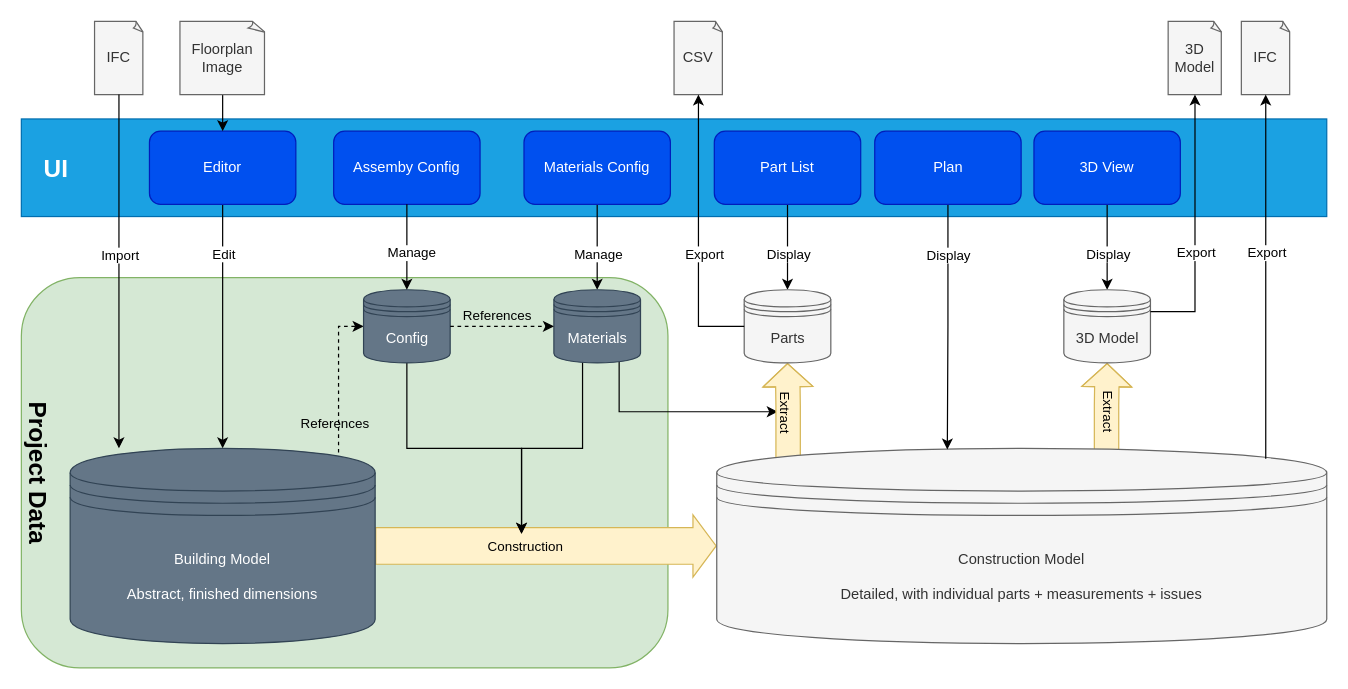
This is docs/high-level-architecture.drawio from wheerd/strawbaler-online, a draw.io file, before an edit. Source tidied: cells renumbered, new cells numbered last; positions are measured from the earlier drawing's top-left corner, leaving out a move shared by most shapes. Both pictures are drawn from the tidied source at 122%, with x=0, y=0 at pixel (21, 21).
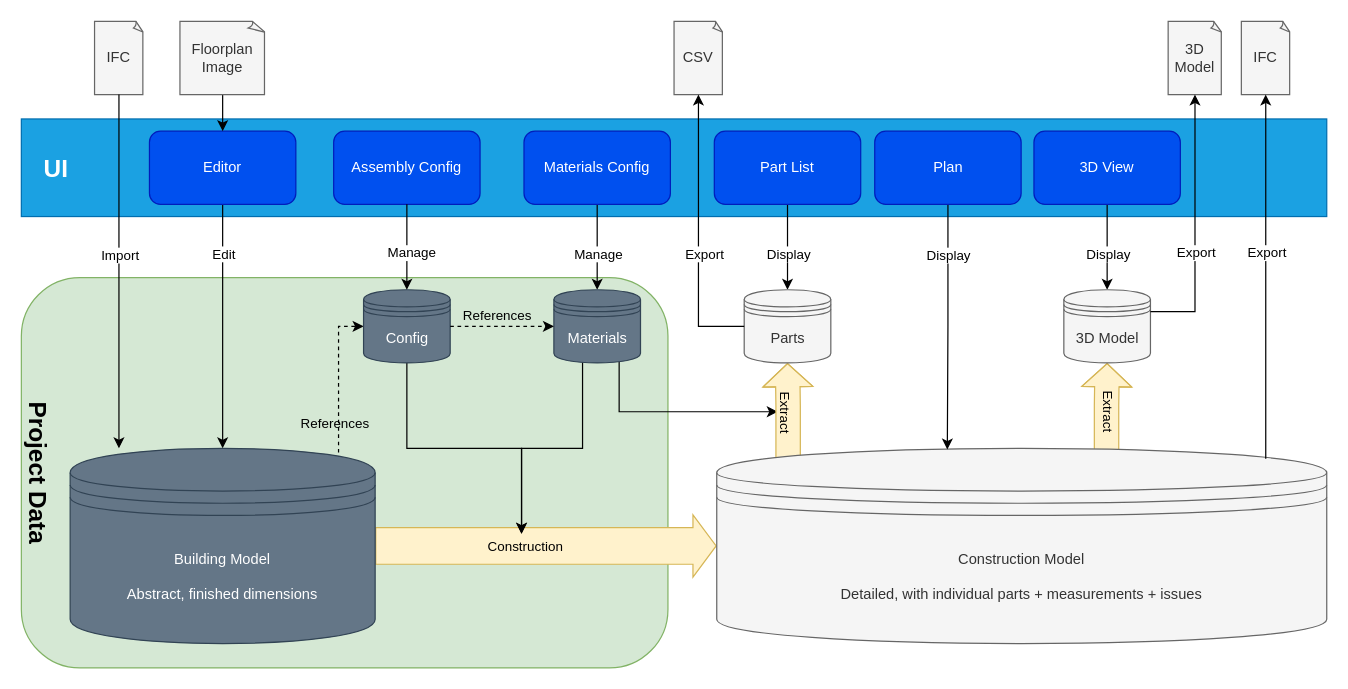
Above is the later version.

The edit, as a diff of the source:
```diff
@@
-    <mxCell id="12" value="Assemby Config" style="rounded=1;whiteSpace=wrap;html=1;fillColor=#0050ef;fontColor=#ffffff;strokeColor=#001DBC;" parent="1" vertex="1">
+    <mxCell id="12" value="Assembly Config" style="rounded=1;whiteSpace=wrap;html=1;fillColor=#0050ef;fontColor=#ffffff;strokeColor=#001DBC;" parent="1" vertex="1">
       <mxGeometry x="256" y="90" width="120" height="60" as="geometry" />
     </mxCell>
```
